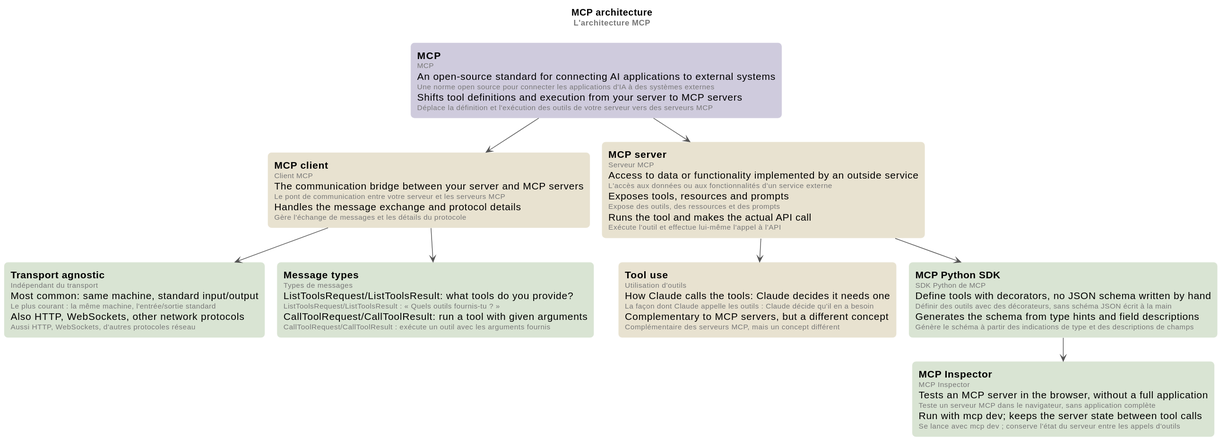
This is 08-introduction-to-model-context-protocol/mindmap/mcp-architecture.svg from ltruchot/anthropic-academy-ai-glossary, a PlantUML export, as it was before one commit.
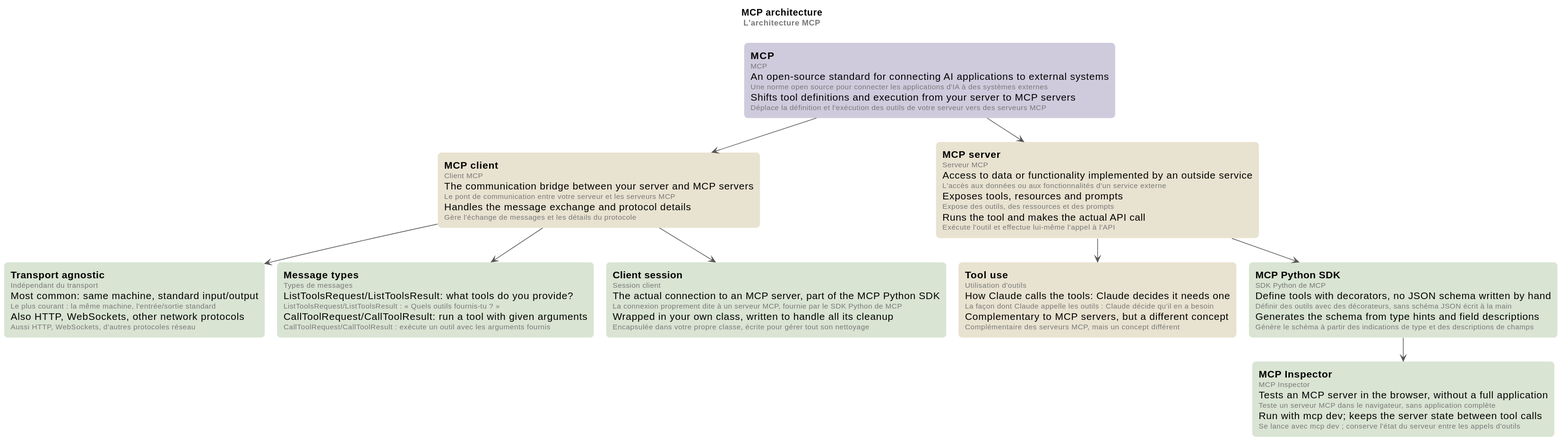
After the change.

Commit message:
docs: add the Client session entry to the MCP course

Diff of the diagram source:
```diff
@@ -24,6 +24,7 @@
 rectangle "**MCP server**\n<size:11><color:#777>Serveur MCP</color></size>\nAccess to data or functionality implemented by an outside service\n<size:11><color:#777>L'accès aux données ou aux fonctionnalités d'un service externe</color></size>\nExposes tools, resources and prompts\n<size:11><color:#777>Expose des outils, des ressources et des prompts</color></size>\nRuns the tool and makes the actual API call\n<size:11><color:#777>Exécute l'outil et effectue lui-même l'appel à l'API</color></size>" as SV #E8E2D0
 rectangle "**Tool use**\n<size:11><color:#777>Utilisation d'outils</color></size>\nHow Claude calls the tools: Claude decides it needs one\n<size:11><color:#777>La façon dont Claude appelle les outils : Claude décide qu'il en a besoin</color></size>\nComplementary to MCP servers, but a different concept\n<size:11><color:#777>Complémentaire des serveurs MCP, mais un concept différent</color></size>" as TU #E8E2D0
 rectangle "**MCP Python SDK**\n<size:11><color:#777>SDK Python de MCP</color></size>\nDefine tools with decorators, no JSON schema written by hand\n<size:11><color:#777>Définir des outils avec des décorateurs, sans schéma JSON écrit à la main</color></size>\nGenerates the schema from type hints and field descriptions\n<size:11><color:#777>Génère le schéma à partir des indications de type et des descriptions de champs</color></size>" as SDK #D9E4D3
+rectangle "**Client session**\n<size:11><color:#777>Session client</color></size>\nThe actual connection to an MCP server, part of the MCP Python SDK\n<size:11><color:#777>La connexion proprement dite à un serveur MCP, fournie par le SDK Python de MCP</color></size>\nWrapped in your own class, written to handle all its cleanup\n<size:11><color:#777>Encapsulée dans votre propre classe, écrite pour gérer tout son nettoyage</color></size>" as CS #D9E4D3
 rectangle "**MCP Inspector**\n<size:11><color:#777>MCP Inspector</color></size>\nTests an MCP server in the browser, without a full application\n<size:11><color:#777>Teste un serveur MCP dans le navigateur, sans application complète</color></size>\nRun with mcp dev; keeps the server state between tool calls\n<size:11><color:#777>Se lance avec mcp dev ; conserve l'état du serveur entre les appels d'outils</color></size>" as INS #D9E4D3
 
 MCP --> CL
@@ -33,4 +34,5 @@
 SV --> TU
 SV --> SDK
 SDK --> INS
+CL --> CS
 @enduml
```
